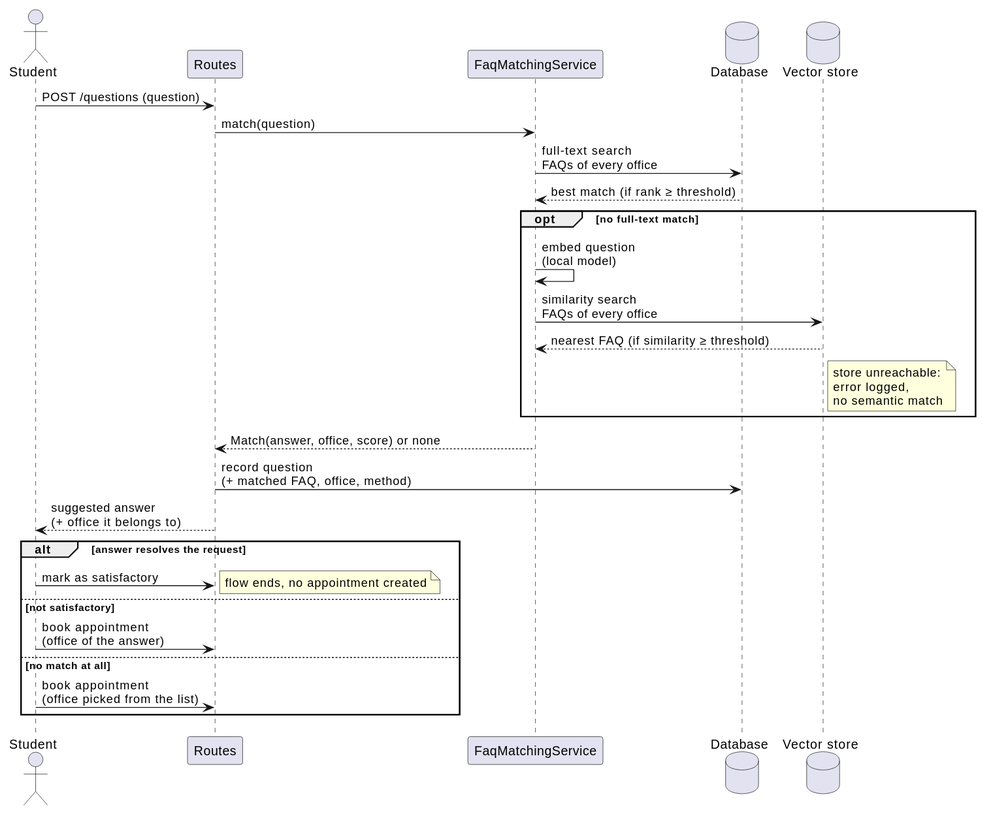
unibo-dtm-se-2526-PRONTO/report keeps this PlantUML diagram as sections/03-design/assets/seq1.svg. Above is the earlier version. Its diagram source:
```plantuml
@startuml
actor Student as student
participant "Routes" as routes
participant "FaqMatchingService" as faqsvc
database "Database" as db
database "Vector store" as vs

student -> routes : POST /questions (question)
routes -> faqsvc : match(question)

faqsvc -> db : full-text search\nFAQs of every office
db --> faqsvc : best match (if rank ≥ threshold)
opt no full-text match
  faqsvc -> faqsvc : embed question\n(local model)
  faqsvc -> vs : similarity search\nFAQs of every office
  vs --> faqsvc : nearest FAQ (if similarity ≥ threshold)
  note right of vs : store unreachable:\nerror logged,\nno semantic match
end
faqsvc --> routes : Match(answer, office, score) or none

routes -> db : record question\n(+ matched FAQ, office, method)
routes --> student : suggested answer\n(+ office it belongs to)

alt answer resolves the request
  student -> routes : mark as satisfactory
  note right : flow ends, no appointment created
else not satisfactory
  student -> routes : book appointment\n(office of the answer)
else no match at all
  student -> routes : book appointment\n(office picked from the list)
end
@enduml
```
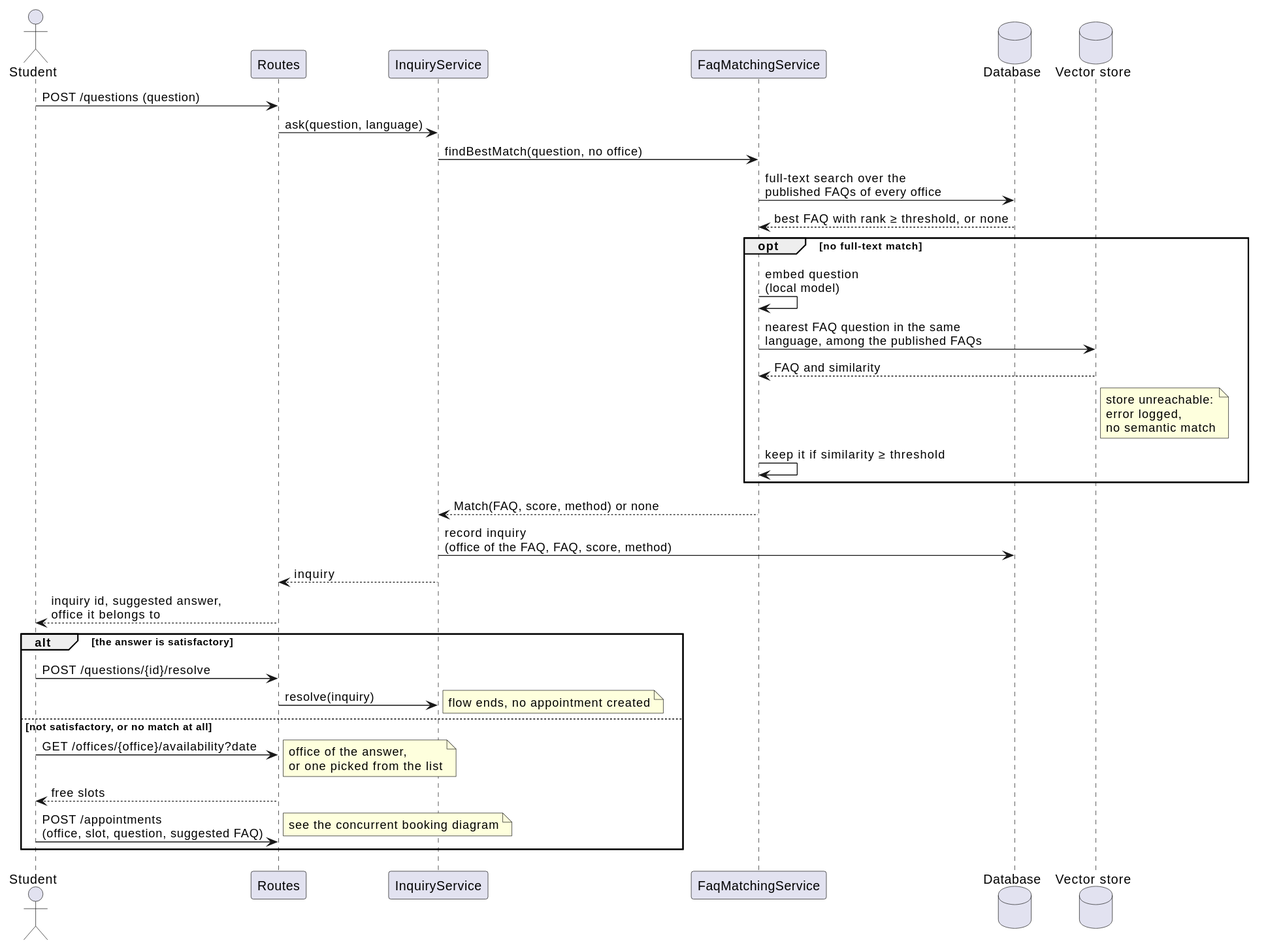
After the change.

Change to the diagram source:
```diff
@@ -1,32 +1,40 @@
 @startuml
+skinparam shadowing false
 actor Student as student
 participant "Routes" as routes
+participant "InquiryService" as inq
 participant "FaqMatchingService" as faqsvc
 database "Database" as db
 database "Vector store" as vs
 
 student -> routes : POST /questions (question)
-routes -> faqsvc : match(question)
+routes -> inq : ask(question, language)
+inq -> faqsvc : findBestMatch(question, no office)
 
-faqsvc -> db : full-text search\nFAQs of every office
-db --> faqsvc : best match (if rank ≥ threshold)
+faqsvc -> db : full-text search over the\npublished FAQs of every office
+db --> faqsvc : best FAQ with rank ≥ threshold, or none
 opt no full-text match
   faqsvc -> faqsvc : embed question\n(local model)
-  faqsvc -> vs : similarity search\nFAQs of every office
-  vs --> faqsvc : nearest FAQ (if similarity ≥ threshold)
+  faqsvc -> vs : nearest FAQ question in the same\nlanguage, among the published FAQs
+  vs --> faqsvc : FAQ and similarity
   note right of vs : store unreachable:\nerror logged,\nno semantic match
+  faqsvc -> faqsvc : keep it if similarity ≥ threshold
 end
-faqsvc --> routes : Match(answer, office, score) or none
+faqsvc --> inq : Match(FAQ, score, method) or none
 
-routes -> db : record question\n(+ matched FAQ, office, method)
-routes --> student : suggested answer\n(+ office it belongs to)
+inq -> db : record inquiry\n(office of the FAQ, FAQ, score, method)
+inq --> routes : inquiry
+routes --> student : inquiry id, suggested answer,\noffice it belongs to
 
-alt answer resolves the request
-  student -> routes : mark as satisfactory
+alt the answer is satisfactory
+  student -> routes : POST /questions/{id}/resolve
+  routes -> inq : resolve(inquiry)
   note right : flow ends, no appointment created
-else not satisfactory
-  student -> routes : book appointment\n(office of the answer)
-else no match at all
-  student -> routes : book appointment\n(office picked from the list)
+else not satisfactory, or no match at all
+  student -> routes : GET /offices/{office}/availability?date
+  note right : office of the answer,\nor one picked from the list
+  routes --> student : free slots
+  student -> routes : POST /appointments\n(office, slot, question, suggested FAQ)
+  note right : see the concurrent booking diagram
 end
 @enduml
```
